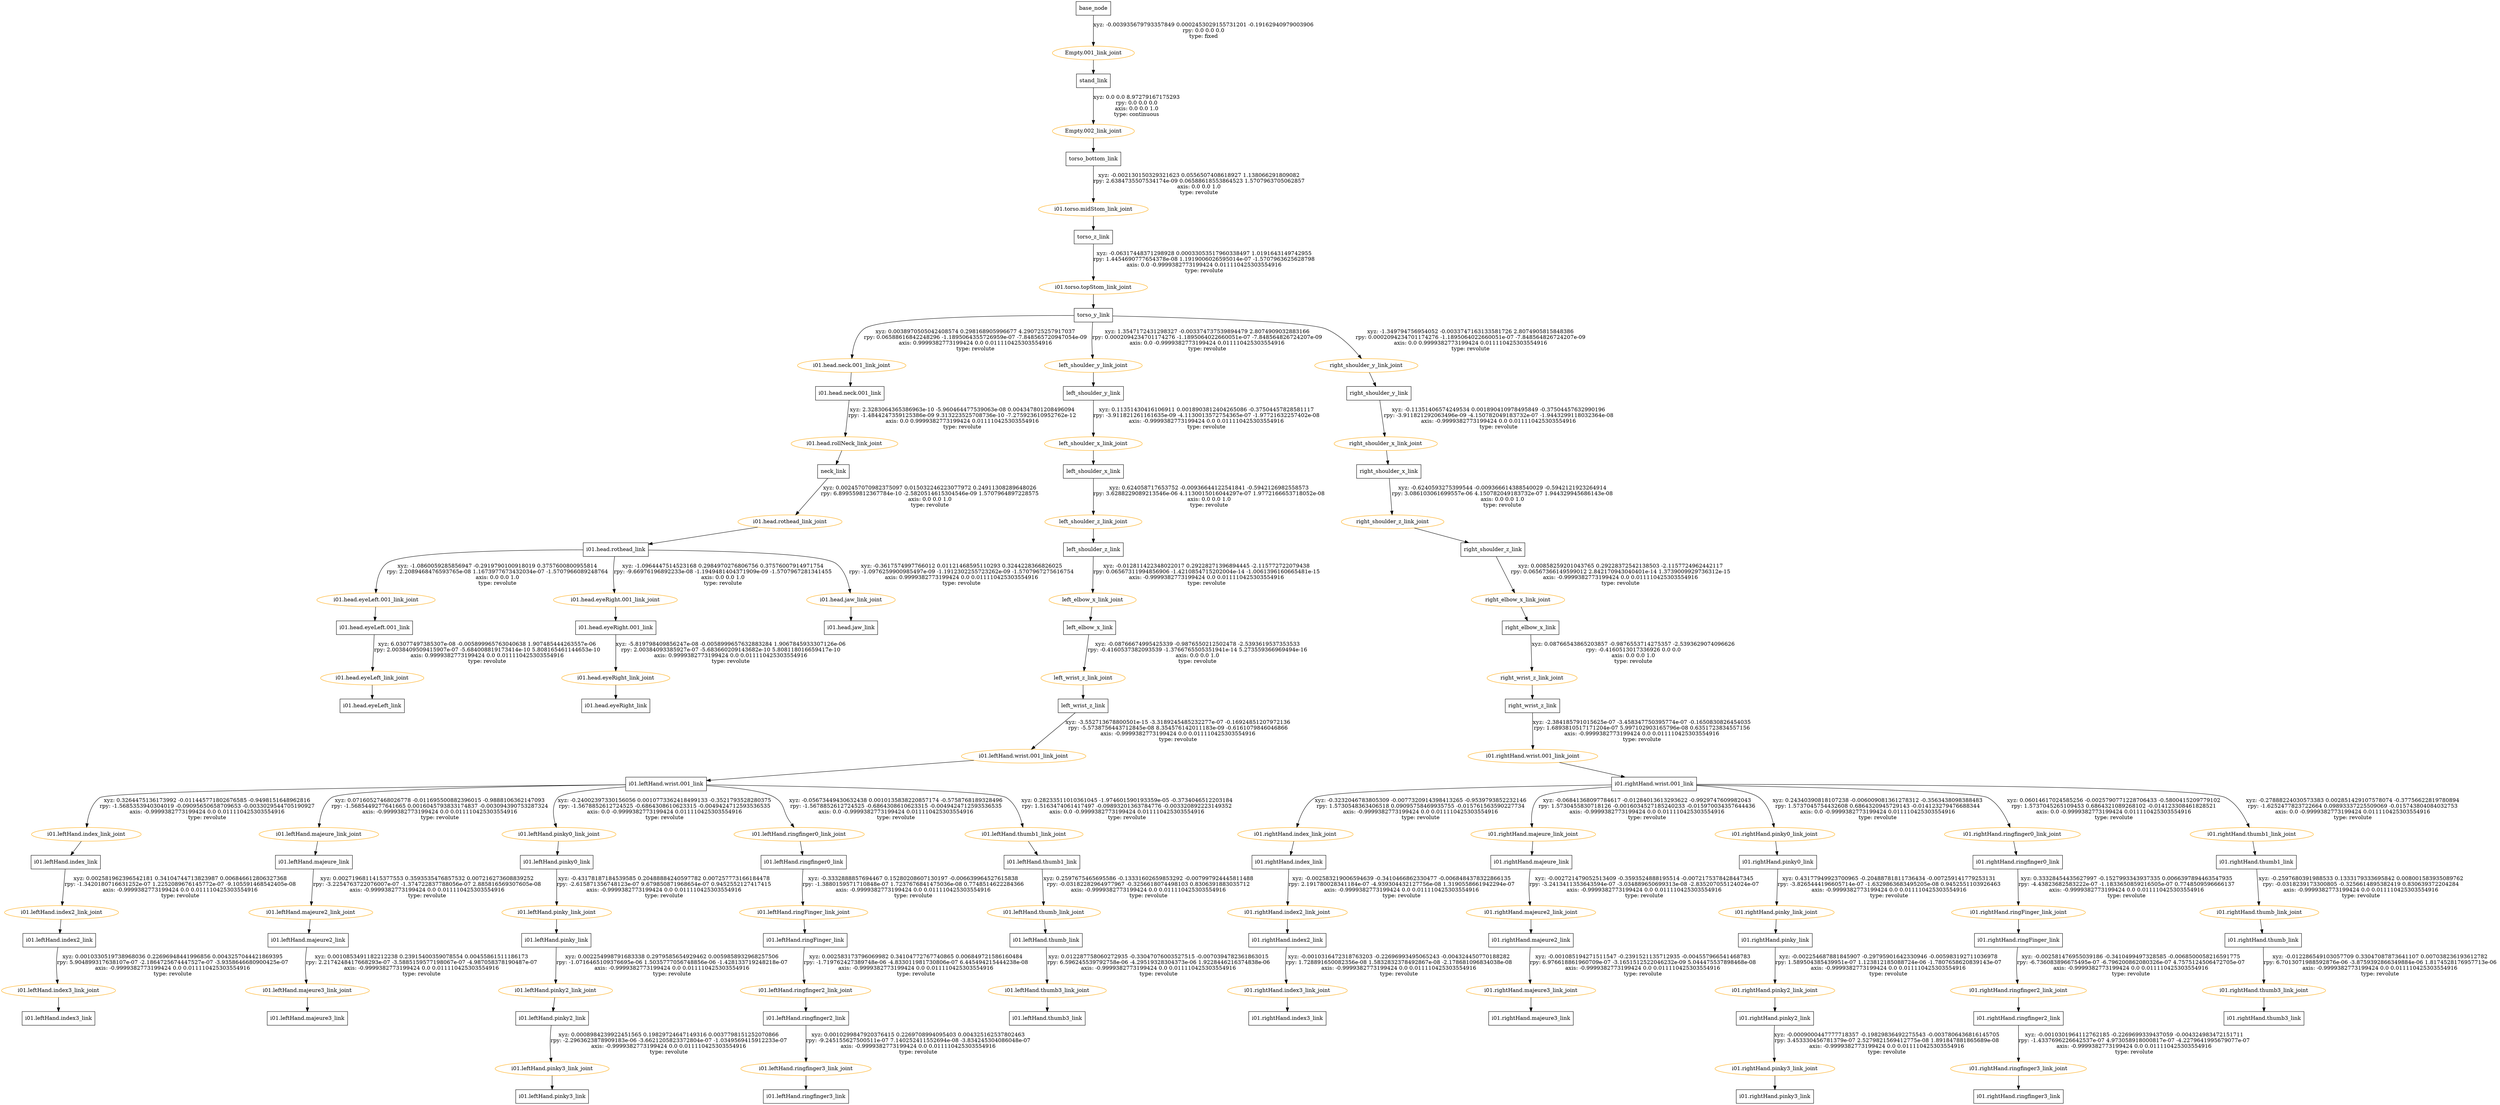
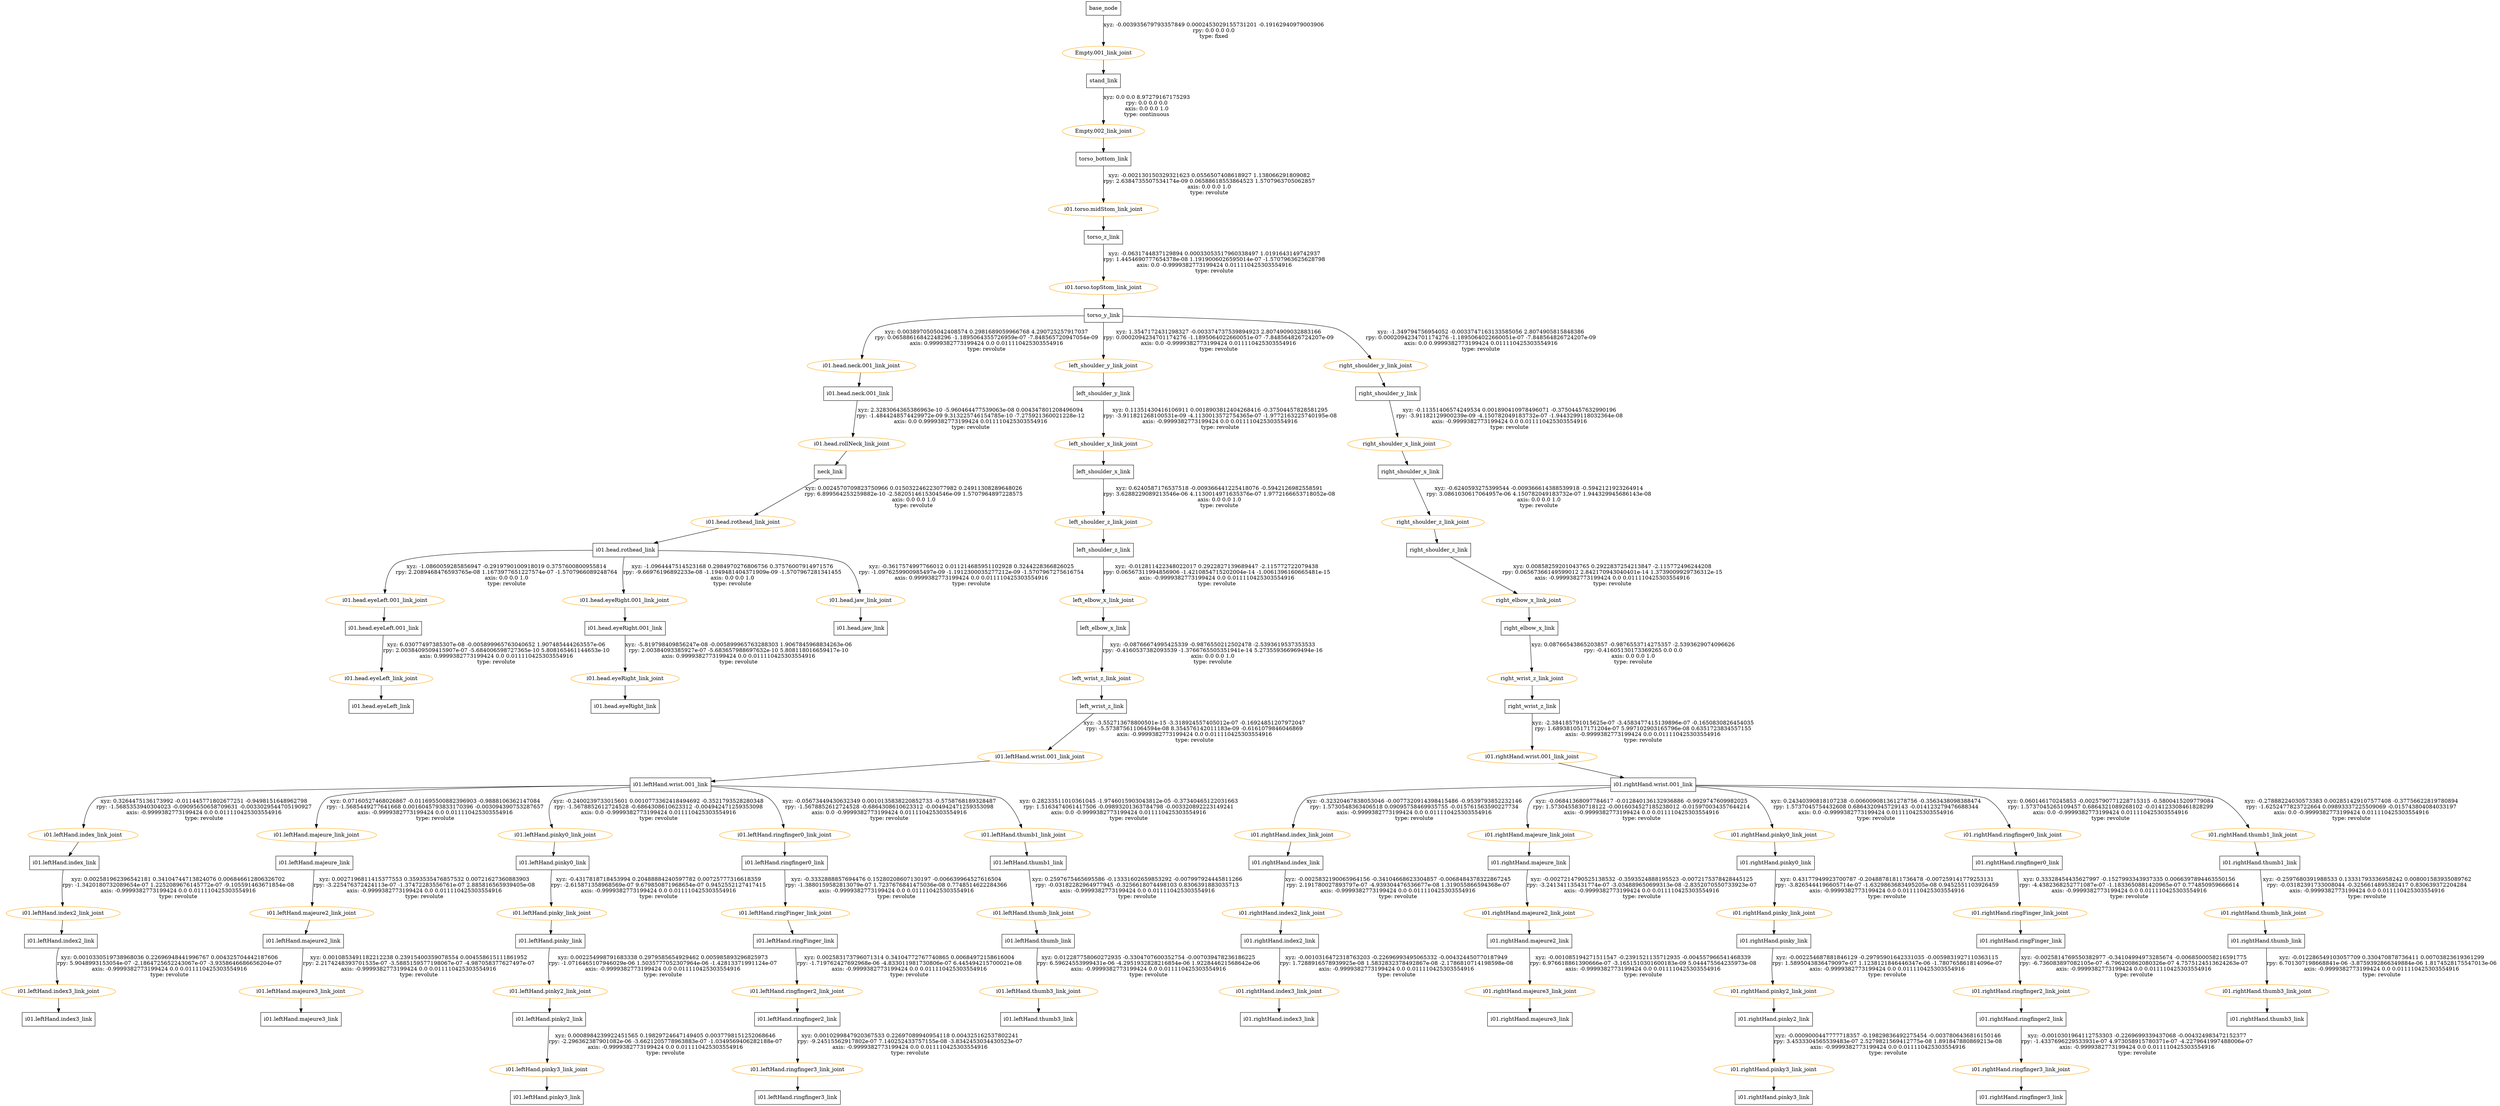
digraph G {
esep=10;
sep=10;
nodesep=0.5;
node [shape=box];
"base_node" [label="base_node"];
"stand_link" [label="stand_link"];
"torso_bottom_link" [label="torso_bottom_link"];
"torso_z_link" [label="torso_z_link"];
"torso_y_link" [label="torso_y_link"];
"i01.head.neck.001_link" [label="i01.head.neck.001_link"];
"neck_link" [label="neck_link"];
"i01.head.rothead_link" [label="i01.head.rothead_link"];
"i01.head.eyeLeft.001_link" [label="i01.head.eyeLeft.001_link"];
"i01.head.eyeLeft_link" [label="i01.head.eyeLeft_link"];
"i01.head.eyeRight.001_link" [label="i01.head.eyeRight.001_link"];
"i01.head.eyeRight_link" [label="i01.head.eyeRight_link"];
"i01.head.jaw_link" [label="i01.head.jaw_link"];
"left_shoulder_y_link" [label="left_shoulder_y_link"];
"left_shoulder_x_link" [label="left_shoulder_x_link"];
"left_shoulder_z_link" [label="left_shoulder_z_link"];
"left_elbow_x_link" [label="left_elbow_x_link"];
"left_wrist_z_link" [label="left_wrist_z_link"];
"i01.leftHand.wrist.001_link" [label="i01.leftHand.wrist.001_link"];
"i01.leftHand.index_link" [label="i01.leftHand.index_link"];
"i01.leftHand.index2_link" [label="i01.leftHand.index2_link"];
"i01.leftHand.index3_link" [label="i01.leftHand.index3_link"];
"i01.leftHand.majeure_link" [label="i01.leftHand.majeure_link"];
"i01.leftHand.majeure2_link" [label="i01.leftHand.majeure2_link"];
"i01.leftHand.majeure3_link" [label="i01.leftHand.majeure3_link"];
"i01.leftHand.pinky0_link" [label="i01.leftHand.pinky0_link"];
"i01.leftHand.pinky_link" [label="i01.leftHand.pinky_link"];
"i01.leftHand.pinky2_link" [label="i01.leftHand.pinky2_link"];
"i01.leftHand.pinky3_link" [label="i01.leftHand.pinky3_link"];
"i01.leftHand.ringfinger0_link" [label="i01.leftHand.ringfinger0_link"];
"i01.leftHand.ringFinger_link" [label="i01.leftHand.ringFinger_link"];
"i01.leftHand.ringfinger2_link" [label="i01.leftHand.ringfinger2_link"];
"i01.leftHand.ringfinger3_link" [label="i01.leftHand.ringfinger3_link"];
"i01.leftHand.thumb1_link" [label="i01.leftHand.thumb1_link"];
"i01.leftHand.thumb_link" [label="i01.leftHand.thumb_link"];
"i01.leftHand.thumb3_link" [label="i01.leftHand.thumb3_link"];
"right_shoulder_y_link" [label="right_shoulder_y_link"];
"right_shoulder_x_link" [label="right_shoulder_x_link"];
"right_shoulder_z_link" [label="right_shoulder_z_link"];
"right_elbow_x_link" [label="right_elbow_x_link"];
"right_wrist_z_link" [label="right_wrist_z_link"];
"i01.rightHand.wrist.001_link" [label="i01.rightHand.wrist.001_link"];
"i01.rightHand.index_link" [label="i01.rightHand.index_link"];
"i01.rightHand.index2_link" [label="i01.rightHand.index2_link"];
"i01.rightHand.index3_link" [label="i01.rightHand.index3_link"];
"i01.rightHand.majeure_link" [label="i01.rightHand.majeure_link"];
"i01.rightHand.majeure2_link" [label="i01.rightHand.majeure2_link"];
"i01.rightHand.majeure3_link" [label="i01.rightHand.majeure3_link"];
"i01.rightHand.pinky0_link" [label="i01.rightHand.pinky0_link"];
"i01.rightHand.pinky_link" [label="i01.rightHand.pinky_link"];
"i01.rightHand.pinky2_link" [label="i01.rightHand.pinky2_link"];
"i01.rightHand.pinky3_link" [label="i01.rightHand.pinky3_link"];
"i01.rightHand.ringfinger0_link" [label="i01.rightHand.ringfinger0_link"];
"i01.rightHand.ringFinger_link" [label="i01.rightHand.ringFinger_link"];
"i01.rightHand.ringfinger2_link" [label="i01.rightHand.ringfinger2_link"];
"i01.rightHand.ringfinger3_link" [label="i01.rightHand.ringfinger3_link"];
"i01.rightHand.thumb1_link" [label="i01.rightHand.thumb1_link"];
"i01.rightHand.thumb_link" [label="i01.rightHand.thumb_link"];
"i01.rightHand.thumb3_link" [label="i01.rightHand.thumb3_link"];
node [shape=ellipse, color=orange, fontcolor=black];
"base_node" -> "Empty.001_link_joint" [label="xyz: -0.003935679793357849 0.0002453029155731201 -0.19162940979003906 \nrpy: 0.0 0.0 0.0 \ntype: fixed "] "Empty.001_link_joint" -> "stand_link"
"stand_link" -> "Empty.002_link_joint" [label="xyz: 0.0 0.0 8.97279167175293 \nrpy: 0.0 0.0 0.0 \naxis: 0.0 0.0 1.0 \ntype: continuous "] "Empty.002_link_joint" -> "torso_bottom_link"
"torso_bottom_link" -> "i01.torso.midStom_link_joint" [label="xyz: -0.002130150329321623 0.0556507408618927 1.138066291809082 \nrpy: 2.6384735507534174e-09 0.06588618553864523 1.5707963705062857 \naxis: 0.0 0.0 1.0 \ntype: revolute "] "i01.torso.midStom_link_joint" -> "torso_z_link"
- "torso_z_link" -> "i01.torso.topStom_link_joint" [label="xyz: -0.06317448371298928 0.00033053517960338497 1.0191643149742955 \nrpy: 1.4454690777654378e-08 1.1919006026595014e-07 -1.5707963625628798 \naxis: 0.0 -0.9999382773199424 0.011110425303554916 \ntype: revolute "] "i01.torso.topStom_link_joint" -> "torso_y_link"
- "torso_y_link" -> "i01.head.neck.001_link_joint" [label="xyz: 0.0038970505042408574 0.298168905996677 4.290725257917037 \nrpy: 0.06588616842248296 -1.1895064355726959e-07 -7.848565720947054e-09 \naxis: 0.9999382773199424 0.0 0.011110425303554916 \ntype: revolute "] "i01.head.neck.001_link_joint" -> "i01.head.neck.001_link"
- "i01.head.neck.001_link" -> "i01.head.rollNeck_link_joint" [label="xyz: 2.3283064365386963e-10 -5.960464477539063e-08 0.004347801208496094 \nrpy: -1.4844247359125386e-09 9.313223525708736e-10 -7.275923610952762e-12 \naxis: 0.0 0.9999382773199424 0.011110425303554916 \ntype: revolute "] "i01.head.rollNeck_link_joint" -> "neck_link"
- "neck_link" -> "i01.head.rothead_link_joint" [label="xyz: 0.002457070982375097 0.015032246223077972 0.24911308289648026 \nrpy: 6.899559812367784e-10 -2.5820514615304546e-09 1.5707964897228575 \naxis: 0.0 0.0 1.0 \ntype: revolute "] "i01.head.rothead_link_joint" -> "i01.head.rothead_link"
- "i01.head.rothead_link" -> "i01.head.eyeLeft.001_link_joint" [label="xyz: -1.0860059285856947 -0.2919790100918019 0.3757600800955814 \nrpy: 2.2089468476593765e-08 1.1673977673432034e-07 -1.5707966089248764 \naxis: 0.0 0.0 1.0 \ntype: revolute "] "i01.head.eyeLeft.001_link_joint" -> "i01.head.eyeLeft.001_link"
- "i01.head.eyeLeft.001_link" -> "i01.head.eyeLeft_link_joint" [label="xyz: 6.03077497385307e-08 -0.005899965763040638 1.907485444263557e-06 \nrpy: 2.0038409509415907e-07 -5.684008819173414e-10 5.808165461144653e-10 \naxis: 0.9999382773199424 0.0 0.011110425303554916 \ntype: revolute "] "i01.head.eyeLeft_link_joint" -> "i01.head.eyeLeft_link"
- "i01.head.rothead_link" -> "i01.head.eyeRight.001_link_joint" [label="xyz: -1.0964447514523168 0.2984970276806756 0.37576007914971754 \nrpy: -9.66976196892233e-08 -1.1949481404371909e-09 -1.5707967281341455 \naxis: 0.0 0.0 1.0 \ntype: revolute "] "i01.head.eyeRight.001_link_joint" -> "i01.head.eyeRight.001_link"
- "i01.head.eyeRight.001_link" -> "i01.head.eyeRight_link_joint" [label="xyz: -5.819798409856247e-08 -0.0058999657632883284 1.9067845933307126e-06 \nrpy: 2.00384093385927e-07 -5.683660209143682e-10 5.808118016659417e-10 \naxis: 0.9999382773199424 0.0 0.011110425303554916 \ntype: revolute "] "i01.head.eyeRight_link_joint" -> "i01.head.eyeRight_link"
- "i01.head.rothead_link" -> "i01.head.jaw_link_joint" [label="xyz: -0.3617574997766012 0.01121468595110293 0.3244228366826025 \nrpy: -1.0976259900985497e-09 -1.1912302255723262e-09 -1.5707967275616754 \naxis: 0.9999382773199424 0.0 0.011110425303554916 \ntype: revolute "] "i01.head.jaw_link_joint" -> "i01.head.jaw_link"
- "torso_y_link" -> "left_shoulder_y_link_joint" [label="xyz: 1.3547172431298327 -0.003374737539894479 2.8074909032883166 \nrpy: 0.0002094234701174276 -1.1895064022660051e-07 -7.848564826724207e-09 \naxis: 0.0 -0.9999382773199424 0.011110425303554916 \ntype: revolute "] "left_shoulder_y_link_joint" -> "left_shoulder_y_link"
- "left_shoulder_y_link" -> "left_shoulder_x_link_joint" [label="xyz: 0.11351430416106911 0.0018903812404265086 -0.37504457828581117 \nrpy: -3.911821261161635e-09 -4.1130013572754365e-07 -1.97721632257402e-08 \naxis: -0.9999382773199424 0.0 0.011110425303554916 \ntype: revolute "] "left_shoulder_x_link_joint" -> "left_shoulder_x_link"
- "left_shoulder_x_link" -> "left_shoulder_z_link_joint" [label="xyz: 0.624058717653752 -0.00936644122541841 -0.5942126982558573 \nrpy: 3.6288229089213546e-06 4.1130015016044297e-07 1.9772166653718052e-08 \naxis: 0.0 0.0 1.0 \ntype: revolute "] "left_shoulder_z_link_joint" -> "left_shoulder_z_link"
- "left_shoulder_z_link" -> "left_elbow_x_link_joint" [label="xyz: -0.012811422348022017 0.29228271396894445 -2.115772722079438 \nrpy: 0.06567311994856906 -1.4210854715202004e-14 -1.0061396160665481e-15 \naxis: -0.9999382773199424 0.0 0.011110425303554916 \ntype: revolute "] "left_elbow_x_link_joint" -> "left_elbow_x_link"
+ "torso_z_link" -> "i01.torso.topStom_link_joint" [label="xyz: -0.0631744837129894 0.00033053517960338497 1.0191643149742937 \nrpy: 1.4454690777654378e-08 1.1919006026595014e-07 -1.5707963625628798 \naxis: 0.0 -0.9999382773199424 0.011110425303554916 \ntype: revolute "] "i01.torso.topStom_link_joint" -> "torso_y_link"
+ "torso_y_link" -> "i01.head.neck.001_link_joint" [label="xyz: 0.0038970505042408574 0.2981689059966768 4.290725257917037 \nrpy: 0.06588616842248296 -1.1895064355726959e-07 -7.848565720947054e-09 \naxis: 0.9999382773199424 0.0 0.011110425303554916 \ntype: revolute "] "i01.head.neck.001_link_joint" -> "i01.head.neck.001_link"
+ "i01.head.neck.001_link" -> "i01.head.rollNeck_link_joint" [label="xyz: 2.3283064365386963e-10 -5.960464477539063e-08 0.004347801208496094 \nrpy: -1.4844248574429972e-09 9.313225746154785e-10 -7.275921360021228e-12 \naxis: 0.0 0.9999382773199424 0.011110425303554916 \ntype: revolute "] "i01.head.rollNeck_link_joint" -> "neck_link"
+ "neck_link" -> "i01.head.rothead_link_joint" [label="xyz: 0.0024570709823750966 0.015032246223077982 0.24911308289648026 \nrpy: 6.899564253259882e-10 -2.5820514615304546e-09 1.5707964897228575 \naxis: 0.0 0.0 1.0 \ntype: revolute "] "i01.head.rothead_link_joint" -> "i01.head.rothead_link"
+ "i01.head.rothead_link" -> "i01.head.eyeLeft.001_link_joint" [label="xyz: -1.0860059285856947 -0.2919790100918019 0.3757600800955814 \nrpy: 2.2089468476593765e-08 1.1673977651227574e-07 -1.5707966089248764 \naxis: 0.0 0.0 1.0 \ntype: revolute "] "i01.head.eyeLeft.001_link_joint" -> "i01.head.eyeLeft.001_link"
+ "i01.head.eyeLeft.001_link" -> "i01.head.eyeLeft_link_joint" [label="xyz: 6.03077497385307e-08 -0.005899965763040652 1.907485444263557e-06 \nrpy: 2.0038409509415907e-07 -5.684006598727365e-10 5.808165461144653e-10 \naxis: 0.9999382773199424 0.0 0.011110425303554916 \ntype: revolute "] "i01.head.eyeLeft_link_joint" -> "i01.head.eyeLeft_link"
+ "i01.head.rothead_link" -> "i01.head.eyeRight.001_link_joint" [label="xyz: -1.0964447514523168 0.2984970276806756 0.37576007914971576 \nrpy: -9.66976196892233e-08 -1.1949481404371909e-09 -1.5707967281341455 \naxis: 0.0 0.0 1.0 \ntype: revolute "] "i01.head.eyeRight.001_link_joint" -> "i01.head.eyeRight.001_link"
+ "i01.head.eyeRight.001_link" -> "i01.head.eyeRight_link_joint" [label="xyz: -5.819798409856247e-08 -0.005899965763288303 1.9067845968834263e-06 \nrpy: 2.00384093385927e-07 -5.683657988697632e-10 5.808118016659417e-10 \naxis: 0.9999382773199424 0.0 0.011110425303554916 \ntype: revolute "] "i01.head.eyeRight_link_joint" -> "i01.head.eyeRight_link"
+ "i01.head.rothead_link" -> "i01.head.jaw_link_joint" [label="xyz: -0.3617574997766012 0.011214685951102928 0.3244228366826025 \nrpy: -1.0976259900985497e-09 -1.1912300035277212e-09 -1.5707967275616754 \naxis: 0.9999382773199424 0.0 0.011110425303554916 \ntype: revolute "] "i01.head.jaw_link_joint" -> "i01.head.jaw_link"
+ "torso_y_link" -> "left_shoulder_y_link_joint" [label="xyz: 1.3547172431298327 -0.003374737539894923 2.8074909032883166 \nrpy: 0.0002094234701174276 -1.1895064022660051e-07 -7.848564826724207e-09 \naxis: 0.0 -0.9999382773199424 0.011110425303554916 \ntype: revolute "] "left_shoulder_y_link_joint" -> "left_shoulder_y_link"
+ "left_shoulder_y_link" -> "left_shoulder_x_link_joint" [label="xyz: 0.11351430416106911 0.0018903812404268416 -0.37504457828581295 \nrpy: -3.911821268100531e-09 -4.1130013572754365e-07 -1.9772163225740195e-08 \naxis: -0.9999382773199424 0.0 0.011110425303554916 \ntype: revolute "] "left_shoulder_x_link_joint" -> "left_shoulder_x_link"
+ "left_shoulder_x_link" -> "left_shoulder_z_link_joint" [label="xyz: 0.6240587176537518 -0.009366441225418076 -0.5942126982558591 \nrpy: 3.6288229089213546e-06 4.1130014971635376e-07 1.9772166653718052e-08 \naxis: 0.0 0.0 1.0 \ntype: revolute "] "left_shoulder_z_link_joint" -> "left_shoulder_z_link"
+ "left_shoulder_z_link" -> "left_elbow_x_link_joint" [label="xyz: -0.012811422348022017 0.2922827139689447 -2.115772722079438 \nrpy: 0.06567311994856906 -1.4210854715202004e-14 -1.0061396160665481e-15 \naxis: -0.9999382773199424 0.0 0.011110425303554916 \ntype: revolute "] "left_elbow_x_link_joint" -> "left_elbow_x_link"
"left_elbow_x_link" -> "left_wrist_z_link_joint" [label="xyz: -0.08766674995425339 -0.9876550212502478 -2.5393619537353533 \nrpy: -0.4160537382093539 -1.3766765505351941e-14 5.273559366969494e-16 \naxis: 0.0 0.0 1.0 \ntype: revolute "] "left_wrist_z_link_joint" -> "left_wrist_z_link"
- "left_wrist_z_link" -> "i01.leftHand.wrist.001_link_joint" [label="xyz: -3.552713678800501e-15 -3.3189245485232277e-07 -0.16924851207972136 \nrpy: -5.5738756443712845e-08 8.354576142011183e-09 -0.6161079846046866 \naxis: -0.9999382773199424 0.0 0.011110425303554916 \ntype: revolute "] "i01.leftHand.wrist.001_link_joint" -> "i01.leftHand.wrist.001_link"
- "i01.leftHand.wrist.001_link" -> "i01.leftHand.index_link_joint" [label="xyz: 0.3264475136173992 -0.011445771802676585 -0.9498151648962816 \nrpy: -1.5685353940304019 -0.09095650658709653 -0.0033029544705190927 \naxis: -0.9999382773199424 0.0 0.011110425303554916 \ntype: revolute "] "i01.leftHand.index_link_joint" -> "i01.leftHand.index_link"
- "i01.leftHand.index_link" -> "i01.leftHand.index2_link_joint" [label="xyz: 0.002581962396542181 0.34104744713823987 0.006846612806327368 \nrpy: -1.3420180716631252e-07 1.2252089676145772e-07 -9.105591468542405e-08 \naxis: -0.9999382773199424 0.0 0.011110425303554916 \ntype: revolute "] "i01.leftHand.index2_link_joint" -> "i01.leftHand.index2_link"
- "i01.leftHand.index2_link" -> "i01.leftHand.index3_link_joint" [label="xyz: 0.0010330519738968036 0.22696948441996856 0.0043257044421869395 \nrpy: 5.904899317638107e-07 -2.1864725674447527e-07 -3.9358646680900425e-07 \naxis: -0.9999382773199424 0.0 0.011110425303554916 \ntype: revolute "] "i01.leftHand.index3_link_joint" -> "i01.leftHand.index3_link"
- "i01.leftHand.wrist.001_link" -> "i01.leftHand.majeure_link_joint" [label="xyz: 0.07160527468026778 -0.011695500882396015 -0.9888106362147093 \nrpy: -1.5685449277641665 0.0016045793833174837 -0.003094390753287324 \naxis: -0.9999382773199424 0.0 0.011110425303554916 \ntype: revolute "] "i01.leftHand.majeure_link_joint" -> "i01.leftHand.majeure_link"
- "i01.leftHand.majeure_link" -> "i01.leftHand.majeure2_link_joint" [label="xyz: 0.0027196811415377553 0.3593535476857532 0.007216273608839252 \nrpy: -3.2254763722076007e-07 -1.374722837788056e-07 2.885816569307605e-08 \naxis: -0.9999382773199424 0.0 0.011110425303554916 \ntype: revolute "] "i01.leftHand.majeure2_link_joint" -> "i01.leftHand.majeure2_link"
- "i01.leftHand.majeure2_link" -> "i01.leftHand.majeure3_link_joint" [label="xyz: 0.0010853491182212238 0.23915400359078554 0.00455861511186173 \nrpy: 2.2174248417668293e-07 -3.5885159577198067e-07 -4.987058378190487e-07 \naxis: -0.9999382773199424 0.0 0.011110425303554916 \ntype: revolute "] "i01.leftHand.majeure3_link_joint" -> "i01.leftHand.majeure3_link"
- "i01.leftHand.wrist.001_link" -> "i01.leftHand.pinky0_link_joint" [label="xyz: -0.24002397330156056 0.0010773362418499133 -0.3521793528280375 \nrpy: -1.5678852612724525 -0.6864308610623315 -0.0049424712593536535 \naxis: 0.0 -0.9999382773199424 0.011110425303554916 \ntype: revolute "] "i01.leftHand.pinky0_link_joint" -> "i01.leftHand.pinky0_link"
- "i01.leftHand.pinky0_link" -> "i01.leftHand.pinky_link_joint" [label="xyz: -0.43178187184539585 0.20488884240597782 0.007257773166184478 \nrpy: -2.615871356748123e-07 9.679850871968654e-07 0.9452552127417415 \naxis: -0.9999382773199424 0.0 0.011110425303554916 \ntype: revolute "] "i01.leftHand.pinky_link_joint" -> "i01.leftHand.pinky_link"
- "i01.leftHand.pinky_link" -> "i01.leftHand.pinky2_link_joint" [label="xyz: 0.002254998791683338 0.2979585654929462 0.0059858932968257506 \nrpy: -1.0716465109376695e-06 1.5035777056748856e-06 -1.428133719248218e-07 \naxis: -0.9999382773199424 0.0 0.011110425303554916 \ntype: revolute "] "i01.leftHand.pinky2_link_joint" -> "i01.leftHand.pinky2_link"
- "i01.leftHand.pinky2_link" -> "i01.leftHand.pinky3_link_joint" [label="xyz: 0.0008984239922451565 0.19829724647149316 0.0037798151252070866 \nrpy: -2.2963623878909183e-06 -3.6621205823372804e-07 -1.0349569415912233e-07 \naxis: -0.9999382773199424 0.0 0.011110425303554916 \ntype: revolute "] "i01.leftHand.pinky3_link_joint" -> "i01.leftHand.pinky3_link"
- "i01.leftHand.wrist.001_link" -> "i01.leftHand.ringfinger0_link_joint" [label="xyz: -0.05673449430632438 0.0010135838220857174 -0.5758768189328496 \nrpy: -1.5678852612724525 -0.6864308610623315 -0.0049424712593536535 \naxis: 0.0 -0.9999382773199424 0.011110425303554916 \ntype: revolute "] "i01.leftHand.ringfinger0_link_joint" -> "i01.leftHand.ringfinger0_link"
- "i01.leftHand.ringfinger0_link" -> "i01.leftHand.ringFinger_link_joint" [label="xyz: -0.3332888857694467 0.15280208607130197 -0.006639964527615838 \nrpy: -1.3880159571710848e-07 1.7237676841475036e-08 0.7748514622284366 \naxis: -0.9999382773199424 0.0 0.011110425303554916 \ntype: revolute "] "i01.leftHand.ringFinger_link_joint" -> "i01.leftHand.ringFinger_link"
- "i01.leftHand.ringFinger_link" -> "i01.leftHand.ringfinger2_link_joint" [label="xyz: 0.002583173796069982 0.34104772767740865 0.006849721586160484 \nrpy: -1.719762427389748e-06 -4.833011981730806e-07 6.445494215444238e-08 \naxis: -0.9999382773199424 0.0 0.011110425303554916 \ntype: revolute "] "i01.leftHand.ringfinger2_link_joint" -> "i01.leftHand.ringfinger2_link"
- "i01.leftHand.ringfinger2_link" -> "i01.leftHand.ringfinger3_link_joint" [label="xyz: 0.0010299847920376415 0.2269708994095403 0.004325162537802463 \nrpy: -9.245155627500511e-07 7.140252411552694e-08 -3.834245304086048e-07 \naxis: -0.9999382773199424 0.0 0.011110425303554916 \ntype: revolute "] "i01.leftHand.ringfinger3_link_joint" -> "i01.leftHand.ringfinger3_link"
- "i01.leftHand.wrist.001_link" -> "i01.leftHand.thumb1_link_joint" [label="xyz: 0.28233511010361045 -1.974601590193359e-05 -0.3734046512203184 \nrpy: 1.5163474061417497 -0.09893201363784776 -0.003320892223149352 \naxis: 0.0 -0.9999382773199424 0.011110425303554916 \ntype: revolute "] "i01.leftHand.thumb1_link_joint" -> "i01.leftHand.thumb1_link"
- "i01.leftHand.thumb1_link" -> "i01.leftHand.thumb_link_joint" [label="xyz: 0.2597675465695586 -0.13331602659853292 -0.007997924445811488 \nrpy: -0.03182282964977967 -0.3256618074498103 0.8306391883035712 \naxis: -0.9999382773199424 0.0 0.011110425303554916 \ntype: revolute "] "i01.leftHand.thumb_link_joint" -> "i01.leftHand.thumb_link"
- "i01.leftHand.thumb_link" -> "i01.leftHand.thumb3_link_joint" [label="xyz: 0.012287758060272935 -0.33047076003527515 -0.0070394782361863015 \nrpy: 6.596245539792758e-06 -4.29519328304373e-06 1.9228446216374838e-06 \naxis: -0.9999382773199424 0.0 0.011110425303554916 \ntype: revolute "] "i01.leftHand.thumb3_link_joint" -> "i01.leftHand.thumb3_link"
- "torso_y_link" -> "right_shoulder_y_link_joint" [label="xyz: -1.349794756954052 -0.0033747163133581726 2.8074905815848386 \nrpy: 0.0002094234701174276 -1.1895064022660051e-07 -7.848564826724207e-09 \naxis: 0.0 0.9999382773199424 0.011110425303554916 \ntype: revolute "] "right_shoulder_y_link_joint" -> "right_shoulder_y_link"
- "right_shoulder_y_link" -> "right_shoulder_x_link_joint" [label="xyz: -0.11351406574249534 0.001890410978495849 -0.37504457632990196 \nrpy: -3.911821292063496e-09 -4.150782049183732e-07 -1.9443299118032364e-08 \naxis: -0.9999382773199424 0.0 0.011110425303554916 \ntype: revolute "] "right_shoulder_x_link_joint" -> "right_shoulder_x_link"
- "right_shoulder_x_link" -> "right_shoulder_z_link_joint" [label="xyz: -0.6240593275399544 -0.009366614388540029 -0.5942121923264914 \nrpy: 3.086103061699557e-06 4.150782049183732e-07 1.944329945686143e-08 \naxis: 0.0 0.0 1.0 \ntype: revolute "] "right_shoulder_z_link_joint" -> "right_shoulder_z_link"
- "right_shoulder_z_link" -> "right_elbow_x_link_joint" [label="xyz: 0.00858259201043765 0.29228372542138503 -2.1157724962442117 \nrpy: 0.06567366149599012 2.842170943040401e-14 1.3739009929736312e-15 \naxis: -0.9999382773199424 0.0 0.011110425303554916 \ntype: revolute "] "right_elbow_x_link_joint" -> "right_elbow_x_link"
- "right_elbow_x_link" -> "right_wrist_z_link_joint" [label="xyz: 0.08766543865203857 -0.9876553714275357 -2.5393629074096626 \nrpy: -0.4160513017336926 0.0 0.0 \naxis: 0.0 0.0 1.0 \ntype: revolute "] "right_wrist_z_link_joint" -> "right_wrist_z_link"
- "right_wrist_z_link" -> "i01.rightHand.wrist.001_link_joint" [label="xyz: -2.384185791015625e-07 -3.458347750395774e-07 -0.1650830826454035 \nrpy: 1.6893810517171204e-07 5.997102903165796e-08 0.6351723834557156 \naxis: -0.9999382773199424 0.0 0.011110425303554916 \ntype: revolute "] "i01.rightHand.wrist.001_link_joint" -> "i01.rightHand.wrist.001_link"
- "i01.rightHand.wrist.001_link" -> "i01.rightHand.index_link_joint" [label="xyz: -0.3232046783805309 -0.0077320914398413265 -0.9539793852232146 \nrpy: 1.5730548363406518 0.09095758469935755 -0.015761563590227734 \naxis: -0.9999382773199424 0.0 0.011110425303554916 \ntype: revolute "] "i01.rightHand.index_link_joint" -> "i01.rightHand.index_link"
- "i01.rightHand.index_link" -> "i01.rightHand.index2_link_joint" [label="xyz: -0.002583219006594639 -0.3410466862330477 -0.0068484378322866135 \nrpy: 2.191780028341184e-07 -4.939304432127756e-08 1.3190558661942294e-07 \naxis: -0.9999382773199424 0.0 0.011110425303554916 \ntype: revolute "] "i01.rightHand.index2_link_joint" -> "i01.rightHand.index2_link"
- "i01.rightHand.index2_link" -> "i01.rightHand.index3_link_joint" [label="xyz: -0.0010316472318763203 -0.22696993495065243 -0.004324450770188282 \nrpy: 1.728891650082356e-08 1.5832832378492867e-08 -2.178681096834038e-08 \naxis: -0.9999382773199424 0.0 0.011110425303554916 \ntype: revolute "] "i01.rightHand.index3_link_joint" -> "i01.rightHand.index3_link"
- "i01.rightHand.wrist.001_link" -> "i01.rightHand.majeure_link_joint" [label="xyz: -0.06841368097784617 -0.01284013613293622 -0.9929747609982043 \nrpy: 1.5730455830718126 -0.0016034527185240233 -0.015970034357644436 \naxis: -0.9999382773199424 0.0 0.011110425303554916 \ntype: revolute "] "i01.rightHand.majeure_link_joint" -> "i01.rightHand.majeure_link"
- "i01.rightHand.majeure_link" -> "i01.rightHand.majeure2_link_joint" [label="xyz: -0.002721479052513409 -0.3593524888195514 -0.0072175378428447345 \nrpy: -3.2413411353643594e-07 -3.034889650699313e-08 -2.835207055124024e-07 \naxis: -0.9999382773199424 0.0 0.011110425303554916 \ntype: revolute "] "i01.rightHand.majeure2_link_joint" -> "i01.rightHand.majeure2_link"
- "i01.rightHand.majeure2_link" -> "i01.rightHand.majeure3_link_joint" [label="xyz: -0.001085194271511547 -0.2391521135712935 -0.004557966541468783 \nrpy: 6.976618861960709e-07 -3.1651512522046232e-09 5.044475537898468e-08 \naxis: -0.9999382773199424 0.0 0.011110425303554916 \ntype: revolute "] "i01.rightHand.majeure3_link_joint" -> "i01.rightHand.majeure3_link"
- "i01.rightHand.wrist.001_link" -> "i01.rightHand.pinky0_link_joint" [label="xyz: 0.24340390818107238 -0.006009081361278312 -0.3563438098388483 \nrpy: 1.5737045754432608 0.6864320945729143 -0.014123279476688344 \naxis: 0.0 -0.9999382773199424 0.011110425303554916 \ntype: revolute "] "i01.rightHand.pinky0_link_joint" -> "i01.rightHand.pinky0_link"
- "i01.rightHand.pinky0_link" -> "i01.rightHand.pinky_link_joint" [label="xyz: 0.43177949923700965 -0.20488781811736434 -0.007259141779253131 \nrpy: -3.8265444196605714e-07 -1.6329863683495205e-08 0.9452551103926463 \naxis: -0.9999382773199424 0.0 0.011110425303554916 \ntype: revolute "] "i01.rightHand.pinky_link_joint" -> "i01.rightHand.pinky_link"
- "i01.rightHand.pinky_link" -> "i01.rightHand.pinky2_link_joint" [label="xyz: -0.002254687881845907 -0.29795901642330946 -0.005983192711036978 \nrpy: 1.589504385439951e-07 1.123812185088724e-06 -1.7807658620839143e-07 \naxis: -0.9999382773199424 0.0 0.011110425303554916 \ntype: revolute "] "i01.rightHand.pinky2_link_joint" -> "i01.rightHand.pinky2_link"
- "i01.rightHand.pinky2_link" -> "i01.rightHand.pinky3_link_joint" [label="xyz: -0.0009000447777718357 -0.19829836492275543 -0.0037806436816145705 \nrpy: 3.453330456781379e-07 2.5279821569412775e-08 1.891847881865689e-08 \naxis: -0.9999382773199424 0.0 0.011110425303554916 \ntype: revolute "] "i01.rightHand.pinky3_link_joint" -> "i01.rightHand.pinky3_link"
- "i01.rightHand.wrist.001_link" -> "i01.rightHand.ringfinger0_link_joint" [label="xyz: 0.06014617024585256 -0.0025790771228706433 -0.5800415209779102 \nrpy: 1.5737045265109453 0.6864321089268102 -0.014123308461828521 \naxis: 0.0 -0.9999382773199424 0.011110425303554916 \ntype: revolute "] "i01.rightHand.ringfinger0_link_joint" -> "i01.rightHand.ringfinger0_link"
- "i01.rightHand.ringfinger0_link" -> "i01.rightHand.ringFinger_link_joint" [label="xyz: 0.33328454435627997 -0.1527993343937335 0.0066397894463547935 \nrpy: -4.43823682583222e-07 -1.1833650859216505e-07 0.7748509596666137 \naxis: -0.9999382773199424 0.0 0.011110425303554916 \ntype: revolute "] "i01.rightHand.ringFinger_link_joint" -> "i01.rightHand.ringFinger_link"
- "i01.rightHand.ringFinger_link" -> "i01.rightHand.ringfinger2_link_joint" [label="xyz: -0.002581476955039186 -0.3410499497328585 -0.0068500058216591775 \nrpy: -6.736083896675495e-07 -6.796200862080326e-07 4.7575124506472705e-07 \naxis: -0.9999382773199424 0.0 0.011110425303554916 \ntype: revolute "] "i01.rightHand.ringfinger2_link_joint" -> "i01.rightHand.ringfinger2_link"
- "i01.rightHand.ringfinger2_link" -> "i01.rightHand.ringfinger3_link_joint" [label="xyz: -0.0010301964112762185 -0.2269699339437059 -0.004324983472151711 \nrpy: -1.4337696226642537e-07 4.973058918000817e-07 -4.2279641995679077e-07 \naxis: -0.9999382773199424 0.0 0.011110425303554916 \ntype: revolute "] "i01.rightHand.ringfinger3_link_joint" -> "i01.rightHand.ringfinger3_link"
- "i01.rightHand.wrist.001_link" -> "i01.rightHand.thumb1_link_joint" [label="xyz: -0.27888224030573383 0.002851429107578074 -0.37756622819780894 \nrpy: -1.6252477823722664 0.09893337225509069 -0.015743804084032753 \naxis: 0.0 -0.9999382773199424 0.011110425303554916 \ntype: revolute "] "i01.rightHand.thumb1_link_joint" -> "i01.rightHand.thumb1_link"
- "i01.rightHand.thumb1_link" -> "i01.rightHand.thumb_link_joint" [label="xyz: -0.2597680391988533 0.1333179333695842 0.008001583935089762 \nrpy: -0.0318239173300805 -0.3256614895382419 0.830639372204284 \naxis: -0.9999382773199424 0.0 0.011110425303554916 \ntype: revolute "] "i01.rightHand.thumb_link_joint" -> "i01.rightHand.thumb_link"
- "i01.rightHand.thumb_link" -> "i01.rightHand.thumb3_link_joint" [label="xyz: -0.012286549103057709 0.33047087873641107 0.007038236193612782 \nrpy: 6.7013071988592876e-06 -3.8759392866349884e-06 1.8174528176957713e-06 \naxis: -0.9999382773199424 0.0 0.011110425303554916 \ntype: revolute "] "i01.rightHand.thumb3_link_joint" -> "i01.rightHand.thumb3_link"
+ "left_wrist_z_link" -> "i01.leftHand.wrist.001_link_joint" [label="xyz: -3.552713678800501e-15 -3.318924557405012e-07 -0.16924851207972047 \nrpy: -5.573875611064594e-08 8.354576142011183e-09 -0.6161079846046869 \naxis: -0.9999382773199424 0.0 0.011110425303554916 \ntype: revolute "] "i01.leftHand.wrist.001_link_joint" -> "i01.leftHand.wrist.001_link"
+ "i01.leftHand.wrist.001_link" -> "i01.leftHand.index_link_joint" [label="xyz: 0.3264475136173992 -0.011445771802677251 -0.9498151648962798 \nrpy: -1.5685353940304023 -0.09095650658709631 -0.0033029544705190927 \naxis: -0.9999382773199424 0.0 0.011110425303554916 \ntype: revolute "] "i01.leftHand.index_link_joint" -> "i01.leftHand.index_link"
+ "i01.leftHand.index_link" -> "i01.leftHand.index2_link_joint" [label="xyz: 0.002581962396542181 0.34104744713824076 0.006846612806326702 \nrpy: -1.3420180732089654e-07 1.2252089676145772e-07 -9.105591463671854e-08 \naxis: -0.9999382773199424 0.0 0.011110425303554916 \ntype: revolute "] "i01.leftHand.index2_link_joint" -> "i01.leftHand.index2_link"
+ "i01.leftHand.index2_link" -> "i01.leftHand.index3_link_joint" [label="xyz: 0.0010330519738968036 0.22696948441996767 0.004325704442187606 \nrpy: 5.9048993153054e-07 -2.1864725652243067e-07 -3.9358646686656204e-07 \naxis: -0.9999382773199424 0.0 0.011110425303554916 \ntype: revolute "] "i01.leftHand.index3_link_joint" -> "i01.leftHand.index3_link"
+ "i01.leftHand.wrist.001_link" -> "i01.leftHand.majeure_link_joint" [label="xyz: 0.07160527468026867 -0.011695500882396903 -0.9888106362147084 \nrpy: -1.5685449277641668 0.0016045793833170396 -0.003094390753287657 \naxis: -0.9999382773199424 0.0 0.011110425303554916 \ntype: revolute "] "i01.leftHand.majeure_link_joint" -> "i01.leftHand.majeure_link"
+ "i01.leftHand.majeure_link" -> "i01.leftHand.majeure2_link_joint" [label="xyz: 0.0027196811415377553 0.3593535476857532 0.00721627360883903 \nrpy: -3.225476372424113e-07 -1.37472283556761e-07 2.885816565939405e-08 \naxis: -0.9999382773199424 0.0 0.011110425303554916 \ntype: revolute "] "i01.leftHand.majeure2_link_joint" -> "i01.leftHand.majeure2_link"
+ "i01.leftHand.majeure2_link" -> "i01.leftHand.majeure3_link_joint" [label="xyz: 0.0010853491182212238 0.23915400359078554 0.004558615111861952 \nrpy: 2.2174248393701535e-07 -3.5885159577198067e-07 -4.987058377627497e-07 \naxis: -0.9999382773199424 0.0 0.011110425303554916 \ntype: revolute "] "i01.leftHand.majeure3_link_joint" -> "i01.leftHand.majeure3_link"
+ "i01.leftHand.wrist.001_link" -> "i01.leftHand.pinky0_link_joint" [label="xyz: -0.2400239733015601 0.0010773362418494692 -0.3521793528280348 \nrpy: -1.5678852612724528 -0.6864308610623312 -0.004942471259353098 \naxis: 0.0 -0.9999382773199424 0.011110425303554916 \ntype: revolute "] "i01.leftHand.pinky0_link_joint" -> "i01.leftHand.pinky0_link"
+ "i01.leftHand.pinky0_link" -> "i01.leftHand.pinky_link_joint" [label="xyz: -0.4317818718453994 0.20488884240597782 0.00725777316618359 \nrpy: -2.615871358968569e-07 9.679850871968654e-07 0.9452552127417415 \naxis: -0.9999382773199424 0.0 0.011110425303554916 \ntype: revolute "] "i01.leftHand.pinky_link_joint" -> "i01.leftHand.pinky_link"
+ "i01.leftHand.pinky_link" -> "i01.leftHand.pinky2_link_joint" [label="xyz: 0.002254998791683338 0.2979585654929462 0.005985893296825973 \nrpy: -1.0716465107946029e-06 1.5035777052307964e-06 -1.42813371991124e-07 \naxis: -0.9999382773199424 0.0 0.011110425303554916 \ntype: revolute "] "i01.leftHand.pinky2_link_joint" -> "i01.leftHand.pinky2_link"
+ "i01.leftHand.pinky2_link" -> "i01.leftHand.pinky3_link_joint" [label="xyz: 0.0008984239922451565 0.19829724647149405 0.0037798151252068646 \nrpy: -2.296362387901082e-06 -3.6621205778963883e-07 -1.0349569406282188e-07 \naxis: -0.9999382773199424 0.0 0.011110425303554916 \ntype: revolute "] "i01.leftHand.pinky3_link_joint" -> "i01.leftHand.pinky3_link"
+ "i01.leftHand.wrist.001_link" -> "i01.leftHand.ringfinger0_link_joint" [label="xyz: -0.05673449430632349 0.0010135838220852733 -0.5758768189328487 \nrpy: -1.5678852612724528 -0.6864308610623312 -0.004942471259353098 \naxis: 0.0 -0.9999382773199424 0.011110425303554916 \ntype: revolute "] "i01.leftHand.ringfinger0_link_joint" -> "i01.leftHand.ringfinger0_link"
+ "i01.leftHand.ringfinger0_link" -> "i01.leftHand.ringFinger_link_joint" [label="xyz: -0.3332888857694476 0.15280208607130197 -0.006639964527616504 \nrpy: -1.3880159582813079e-07 1.7237676841475036e-08 0.7748514622284366 \naxis: -0.9999382773199424 0.0 0.011110425303554916 \ntype: revolute "] "i01.leftHand.ringFinger_link_joint" -> "i01.leftHand.ringFinger_link"
+ "i01.leftHand.ringFinger_link" -> "i01.leftHand.ringfinger2_link_joint" [label="xyz: 0.002583173796071314 0.34104772767740865 0.00684972158616004 \nrpy: -1.719762427692968e-06 -4.833011981730806e-07 6.445494215700021e-08 \naxis: -0.9999382773199424 0.0 0.011110425303554916 \ntype: revolute "] "i01.leftHand.ringfinger2_link_joint" -> "i01.leftHand.ringfinger2_link"
+ "i01.leftHand.ringfinger2_link" -> "i01.leftHand.ringfinger3_link_joint" [label="xyz: 0.0010299847920367533 0.22697089940954118 0.004325162537802241 \nrpy: -9.24515562917802e-07 7.140252433757155e-08 -3.8342453034430523e-07 \naxis: -0.9999382773199424 0.0 0.011110425303554916 \ntype: revolute "] "i01.leftHand.ringfinger3_link_joint" -> "i01.leftHand.ringfinger3_link"
+ "i01.leftHand.wrist.001_link" -> "i01.leftHand.thumb1_link_joint" [label="xyz: 0.28233511010361045 -1.9746015903043812e-05 -0.37340465122031663 \nrpy: 1.5163474061417506 -0.09893201363784798 -0.003320892223149241 \naxis: 0.0 -0.9999382773199424 0.011110425303554916 \ntype: revolute "] "i01.leftHand.thumb1_link_joint" -> "i01.leftHand.thumb1_link"
+ "i01.leftHand.thumb1_link" -> "i01.leftHand.thumb_link_joint" [label="xyz: 0.2597675465695586 -0.13331602659853292 -0.007997924445811266 \nrpy: -0.03182282964977945 -0.3256618074498103 0.8306391883035713 \naxis: -0.9999382773199424 0.0 0.011110425303554916 \ntype: revolute "] "i01.leftHand.thumb_link_joint" -> "i01.leftHand.thumb_link"
+ "i01.leftHand.thumb_link" -> "i01.leftHand.thumb3_link_joint" [label="xyz: 0.012287758060272935 -0.3304707600352754 -0.007039478236186225 \nrpy: 6.59624553999431e-06 -4.2951932828216854e-06 1.922844621568642e-06 \naxis: -0.9999382773199424 0.0 0.011110425303554916 \ntype: revolute "] "i01.leftHand.thumb3_link_joint" -> "i01.leftHand.thumb3_link"
+ "torso_y_link" -> "right_shoulder_y_link_joint" [label="xyz: -1.349794756954052 -0.0033747163133585056 2.8074905815848386 \nrpy: 0.0002094234701174276 -1.1895064022660051e-07 -7.848564826724207e-09 \naxis: 0.0 0.9999382773199424 0.011110425303554916 \ntype: revolute "] "right_shoulder_y_link_joint" -> "right_shoulder_y_link"
+ "right_shoulder_y_link" -> "right_shoulder_x_link_joint" [label="xyz: -0.11351406574249534 0.001890410978496071 -0.37504457632990196 \nrpy: -3.91182129900239e-09 -4.150782049183732e-07 -1.9443299118032364e-08 \naxis: -0.9999382773199424 0.0 0.011110425303554916 \ntype: revolute "] "right_shoulder_x_link_joint" -> "right_shoulder_x_link"
+ "right_shoulder_x_link" -> "right_shoulder_z_link_joint" [label="xyz: -0.6240593275399544 -0.009366614388539918 -0.5942121923264914 \nrpy: 3.0861030617064957e-06 4.150782049183732e-07 1.944329945686143e-08 \naxis: 0.0 0.0 1.0 \ntype: revolute "] "right_shoulder_z_link_joint" -> "right_shoulder_z_link"
+ "right_shoulder_z_link" -> "right_elbow_x_link_joint" [label="xyz: 0.00858259201043765 0.2922837254213847 -2.115772496244208 \nrpy: 0.06567366149599012 2.842170943040401e-14 1.3739009929736312e-15 \naxis: -0.9999382773199424 0.0 0.011110425303554916 \ntype: revolute "] "right_elbow_x_link_joint" -> "right_elbow_x_link"
+ "right_elbow_x_link" -> "right_wrist_z_link_joint" [label="xyz: 0.08766543865203857 -0.9876553714275357 -2.5393629074096626 \nrpy: -0.41605130173369265 0.0 0.0 \naxis: 0.0 0.0 1.0 \ntype: revolute "] "right_wrist_z_link_joint" -> "right_wrist_z_link"
+ "right_wrist_z_link" -> "i01.rightHand.wrist.001_link_joint" [label="xyz: -2.384185791015625e-07 -3.4583477415139896e-07 -0.1650830826454035 \nrpy: 1.6893810517171204e-07 5.997102903165796e-08 0.6351723834557155 \naxis: -0.9999382773199424 0.0 0.011110425303554916 \ntype: revolute "] "i01.rightHand.wrist.001_link_joint" -> "i01.rightHand.wrist.001_link"
+ "i01.rightHand.wrist.001_link" -> "i01.rightHand.index_link_joint" [label="xyz: -0.32320467838053046 -0.0077320914398415486 -0.9539793852232146 \nrpy: 1.5730548363406518 0.09095758469935755 -0.015761563590227734 \naxis: -0.9999382773199424 0.0 0.011110425303554916 \ntype: revolute "] "i01.rightHand.index_link_joint" -> "i01.rightHand.index_link"
+ "i01.rightHand.index_link" -> "i01.rightHand.index2_link_joint" [label="xyz: -0.0025832190065964156 -0.34104668623304857 -0.0068484378322867245 \nrpy: 2.191780027893797e-07 -4.939304476536677e-08 1.319055866594368e-07 \naxis: -0.9999382773199424 0.0 0.011110425303554916 \ntype: revolute "] "i01.rightHand.index2_link_joint" -> "i01.rightHand.index2_link"
+ "i01.rightHand.index2_link" -> "i01.rightHand.index3_link_joint" [label="xyz: -0.0010316472318763203 -0.22696993495065332 -0.004324450770187949 \nrpy: 1.7288916578939925e-08 1.5832832378492867e-08 -2.1786810714198598e-08 \naxis: -0.9999382773199424 0.0 0.011110425303554916 \ntype: revolute "] "i01.rightHand.index3_link_joint" -> "i01.rightHand.index3_link"
+ "i01.rightHand.wrist.001_link" -> "i01.rightHand.majeure_link_joint" [label="xyz: -0.06841368097784617 -0.012840136132936886 -0.9929747609982025 \nrpy: 1.5730455830718122 -0.0016034527185238012 -0.015970034357644214 \naxis: -0.9999382773199424 0.0 0.011110425303554916 \ntype: revolute "] "i01.rightHand.majeure_link_joint" -> "i01.rightHand.majeure_link"
+ "i01.rightHand.majeure_link" -> "i01.rightHand.majeure2_link_joint" [label="xyz: -0.0027214790525138532 -0.3593524888195523 -0.0072175378428445125 \nrpy: -3.241341135431774e-07 -3.034889650699313e-08 -2.8352070550733923e-07 \naxis: -0.9999382773199424 0.0 0.011110425303554916 \ntype: revolute "] "i01.rightHand.majeure2_link_joint" -> "i01.rightHand.majeure2_link"
+ "i01.rightHand.majeure2_link" -> "i01.rightHand.majeure3_link_joint" [label="xyz: -0.001085194271511547 -0.2391521135712935 -0.004557966541468339 \nrpy: 6.976618861390666e-07 -3.1651510301600183e-09 5.044475564235973e-08 \naxis: -0.9999382773199424 0.0 0.011110425303554916 \ntype: revolute "] "i01.rightHand.majeure3_link_joint" -> "i01.rightHand.majeure3_link"
+ "i01.rightHand.wrist.001_link" -> "i01.rightHand.pinky0_link_joint" [label="xyz: 0.24340390818107238 -0.006009081361278756 -0.3563438098388474 \nrpy: 1.5737045754432608 0.6864320945729143 -0.014123279476688344 \naxis: 0.0 -0.9999382773199424 0.011110425303554916 \ntype: revolute "] "i01.rightHand.pinky0_link_joint" -> "i01.rightHand.pinky0_link"
+ "i01.rightHand.pinky0_link" -> "i01.rightHand.pinky_link_joint" [label="xyz: 0.43177949923700787 -0.20488781811736478 -0.007259141779253131 \nrpy: -3.8265444196605714e-07 -1.6329863683495205e-08 0.9452551103926459 \naxis: -0.9999382773199424 0.0 0.011110425303554916 \ntype: revolute "] "i01.rightHand.pinky_link_joint" -> "i01.rightHand.pinky_link"
+ "i01.rightHand.pinky_link" -> "i01.rightHand.pinky2_link_joint" [label="xyz: -0.002254687881846129 -0.29795901642331035 -0.0059831927110363115 \nrpy: 1.5895043836479097e-07 1.1238121846446347e-06 -1.780765861814096e-07 \naxis: -0.9999382773199424 0.0 0.011110425303554916 \ntype: revolute "] "i01.rightHand.pinky2_link_joint" -> "i01.rightHand.pinky2_link"
+ "i01.rightHand.pinky2_link" -> "i01.rightHand.pinky3_link_joint" [label="xyz: -0.0009000447777718357 -0.19829836492275454 -0.0037806436816150146 \nrpy: 3.4533304565539483e-07 2.5279821569412775e-08 1.891847880869213e-08 \naxis: -0.9999382773199424 0.0 0.011110425303554916 \ntype: revolute "] "i01.rightHand.pinky3_link_joint" -> "i01.rightHand.pinky3_link"
+ "i01.rightHand.wrist.001_link" -> "i01.rightHand.ringfinger0_link_joint" [label="xyz: 0.060146170245853 -0.0025790771228715315 -0.5800415209779084 \nrpy: 1.5737045265109457 0.6864321089268102 -0.014123308461828299 \naxis: 0.0 -0.9999382773199424 0.011110425303554916 \ntype: revolute "] "i01.rightHand.ringfinger0_link_joint" -> "i01.rightHand.ringfinger0_link"
+ "i01.rightHand.ringfinger0_link" -> "i01.rightHand.ringFinger_link_joint" [label="xyz: 0.33328454435627997 -0.1527993343937335 0.0066397894463550156 \nrpy: -4.4382368252771087e-07 -1.1833650881420965e-07 0.774850959666614 \naxis: -0.9999382773199424 0.0 0.011110425303554916 \ntype: revolute "] "i01.rightHand.ringFinger_link_joint" -> "i01.rightHand.ringFinger_link"
+ "i01.rightHand.ringFinger_link" -> "i01.rightHand.ringfinger2_link_joint" [label="xyz: -0.0025814769550382977 -0.34104994973285674 -0.0068500058216591775 \nrpy: -6.736083897082105e-07 -6.796200862080326e-07 4.7575124513624263e-07 \naxis: -0.9999382773199424 0.0 0.011110425303554916 \ntype: revolute "] "i01.rightHand.ringfinger2_link_joint" -> "i01.rightHand.ringfinger2_link"
+ "i01.rightHand.ringfinger2_link" -> "i01.rightHand.ringfinger3_link_joint" [label="xyz: -0.0010301964112753303 -0.2269699339437068 -0.004324983472152377 \nrpy: -1.4337696229533931e-07 4.973058915780371e-07 -4.2279641997488006e-07 \naxis: -0.9999382773199424 0.0 0.011110425303554916 \ntype: revolute "] "i01.rightHand.ringfinger3_link_joint" -> "i01.rightHand.ringfinger3_link"
+ "i01.rightHand.wrist.001_link" -> "i01.rightHand.thumb1_link_joint" [label="xyz: -0.27888224030573383 0.002851429107577408 -0.37756622819780894 \nrpy: -1.6252477823722664 0.09893337225509069 -0.015743804084033197 \naxis: 0.0 -0.9999382773199424 0.011110425303554916 \ntype: revolute "] "i01.rightHand.thumb1_link_joint" -> "i01.rightHand.thumb1_link"
+ "i01.rightHand.thumb1_link" -> "i01.rightHand.thumb_link_joint" [label="xyz: -0.2597680391988533 0.13331793336958242 0.008001583935089762 \nrpy: -0.03182391733008044 -0.3256614895382417 0.830639372204284 \naxis: -0.9999382773199424 0.0 0.011110425303554916 \ntype: revolute "] "i01.rightHand.thumb_link_joint" -> "i01.rightHand.thumb_link"
+ "i01.rightHand.thumb_link" -> "i01.rightHand.thumb3_link_joint" [label="xyz: -0.012286549103057709 0.330470878736411 0.00703823619361299 \nrpy: 6.701307198668841e-06 -3.8759392866349884e-06 1.8174528175547013e-06 \naxis: -0.9999382773199424 0.0 0.011110425303554916 \ntype: revolute "] "i01.rightHand.thumb3_link_joint" -> "i01.rightHand.thumb3_link"
}
